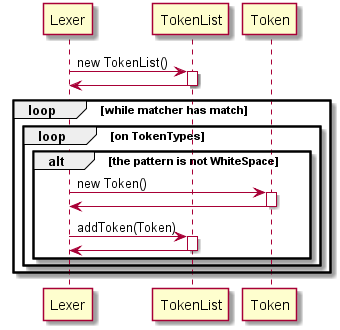
This is docs/images/Lexer.png from CS2103JAN2018-F09-B3/addressbook-level4, a PlantUML export, as it was before one commit.
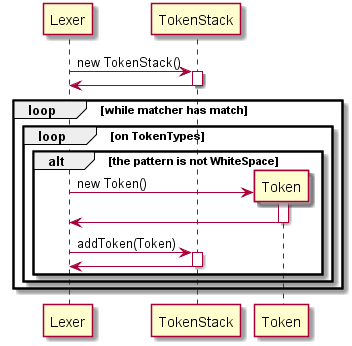
The same diagram one commit later.

What changed in the source:
```diff
@@ -1,21 +1,22 @@
 @startuml
-Lexer -> TokenList : new TokenList()
-activate TokenList
-TokenList -> Lexer
-deactivate TokenList
+Lexer -> TokenStack : new TokenStack()
+activate TokenStack
+TokenStack -> Lexer
+deactivate TokenStack
 
 loop while matcher has match
     loop on TokenTypes
         alt the pattern is not WhiteSpace
+            create Token
             Lexer -> Token : new Token()
             activate Token
             Token -> Lexer
             deactivate Token
 
-            Lexer -> TokenList : addToken(Token)
-            activate TokenList
-            TokenList -> Lexer
-            deactivate TokenList
+            Lexer -> TokenStack : addToken(Token)
+            activate TokenStack
+            TokenStack -> Lexer
+            deactivate TokenStack
         end
     end
 end
```
